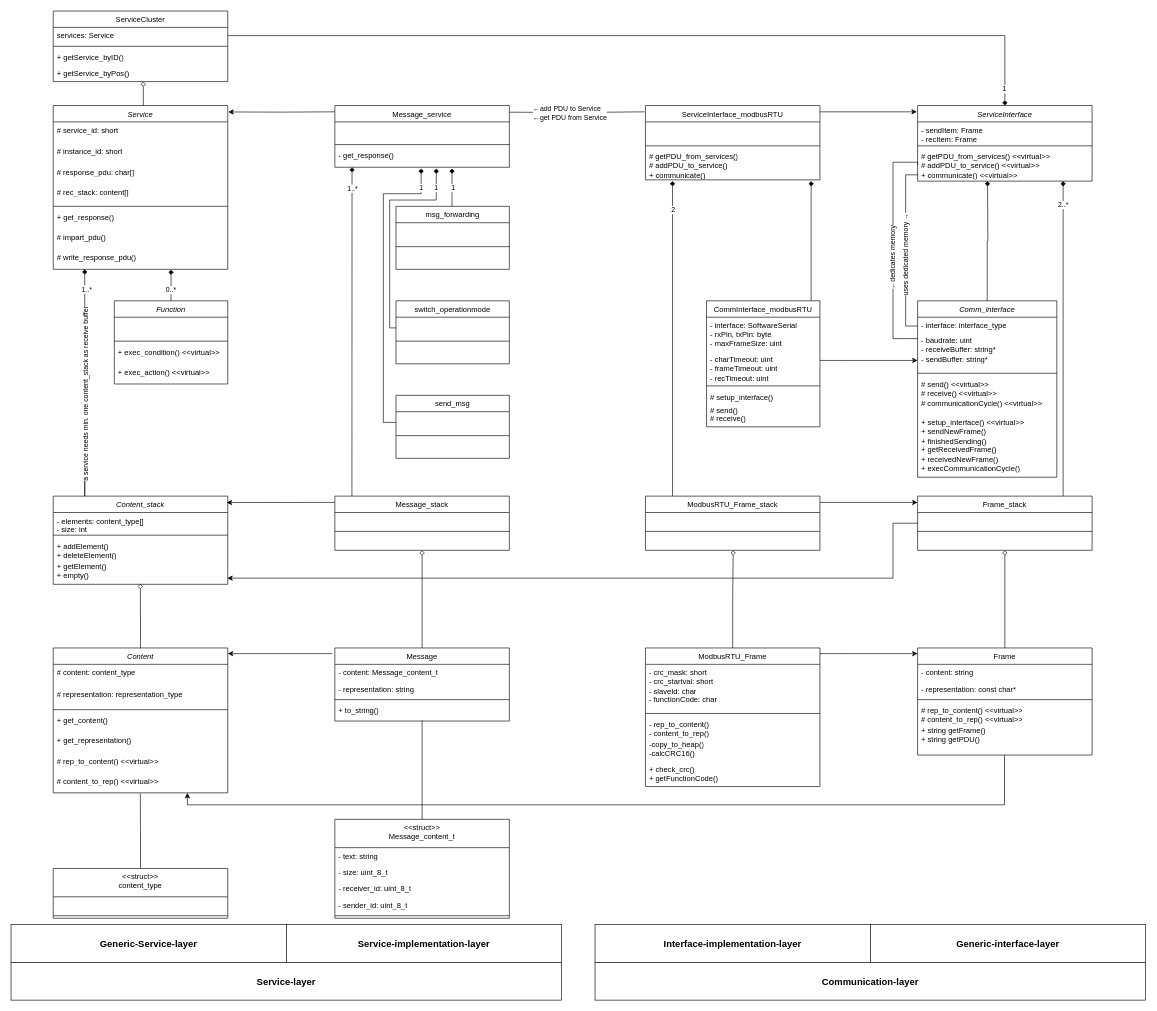
Above: modbus_classdiagram.drawio in F-L-X-S/BusBricks (draw.io), before the change. Source tidied: cells renumbered, new cells numbered last; positions are measured from the earlier drawing's top-left corner, leaving out a move shared by most shapes. Both pictures are drawn from the tidied source at 63%, with x=0, y=0 at pixel (11, 11).
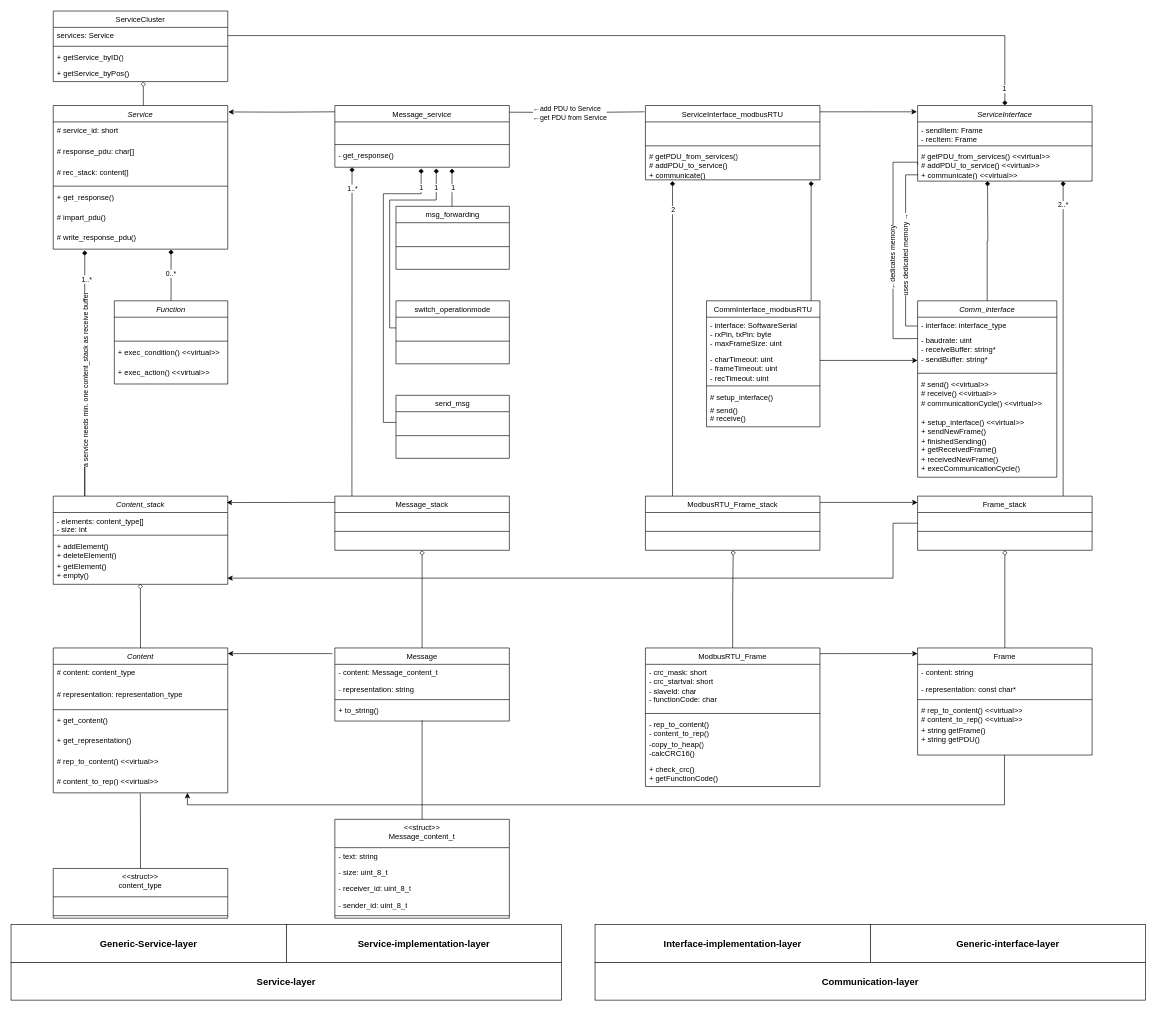
The same page after the edit.

Commit message (it also covers changes not shown here):
remove instance-id attribute from Service (service-id is now instance-specific)

What changed in the source:
```diff
@@
     <mxCell id="12" value="&lt;i style=&quot;font-weight: normal;&quot;&gt;Service&lt;/i&gt;" style="swimlane;fontStyle=1;align=center;verticalAlign=top;horizontal=1;startSize=26;whiteSpace=wrap;html=1;" parent="1" vertex="1">
-      <mxGeometry x="67" y="150" width="277" height="260" as="geometry" />
+      <mxGeometry x="67" y="150" width="277" height="228" as="geometry" />
     </mxCell>
@@
-    <mxCell id="14" value="# instance_id: short&amp;nbsp;" style="text;strokeColor=none;fillColor=none;align=left;verticalAlign=top;spacingLeft=4;spacingRight=4;overflow=hidden;whiteSpace=wrap;html=1;" parent="12" vertex="1">
-      <mxGeometry y="60" width="277" height="32" as="geometry" />
-    </mxCell>
     <mxCell id="15" value="# response_pdu: char[]&amp;nbsp;" style="text;strokeColor=none;fillColor=none;align=left;verticalAlign=top;spacingLeft=4;spacingRight=4;overflow=hidden;whiteSpace=wrap;html=1;" parent="12" vertex="1">
-      <mxGeometry y="92" width="277" height="32" as="geometry" />
+      <mxGeometry y="60" width="277" height="32" as="geometry" />
     </mxCell>
     <mxCell id="16" value="# rec_stack: content[]&amp;nbsp;" style="text;strokeColor=none;fillColor=none;align=left;verticalAlign=top;spacingLeft=4;spacingRight=4;overflow=hidden;whiteSpace=wrap;html=1;" parent="12" vertex="1">
-      <mxGeometry y="124" width="277" height="32" as="geometry" />
+      <mxGeometry y="92" width="277" height="32" as="geometry" />
     </mxCell>
     <mxCell id="17" style="line;strokeWidth=1;fillColor=none;align=left;verticalAlign=middle;spacingTop=-1;spacingLeft=3;spacingRight=3;labelPosition=right;strokeColor=inherit;" parent="12" vertex="1">
-      <mxGeometry y="156" width="277" height="8" as="geometry" />
+      <mxGeometry y="124" width="277" height="8" as="geometry" />
     </mxCell>
     <mxCell id="18" value="+ get_response()&amp;nbsp;" style="text;strokeColor=none;fillColor=none;align=left;verticalAlign=top;spacingLeft=4;spacingRight=4;overflow=hidden;whiteSpace=wrap;html=1;" parent="12" vertex="1">
-      <mxGeometry y="164" width="277" height="32" as="geometry" />
+      <mxGeometry y="132" width="277" height="32" as="geometry" />
     </mxCell>
     <mxCell id="19" value="# impart_pdu()&amp;nbsp;" style="text;strokeColor=none;fillColor=none;align=left;verticalAlign=top;spacingLeft=4;spacingRight=4;overflow=hidden;whiteSpace=wrap;html=1;" parent="12" vertex="1">
-      <mxGeometry y="196" width="277" height="32" as="geometry" />
+      <mxGeometry y="164" width="277" height="32" as="geometry" />
     </mxCell>
     <mxCell id="20" value="# write_response_pdu()&amp;nbsp;" style="text;strokeColor=none;fillColor=none;align=left;verticalAlign=top;spacingLeft=4;spacingRight=4;overflow=hidden;points=[[0,0.5],[1,0.5]];portConstraint=eastwest;whiteSpace=wrap;html=1;" parent="12" vertex="1">
-      <mxGeometry y="228" width="277" height="32" as="geometry" />
+      <mxGeometry y="196" width="277" height="32" as="geometry" />
     </mxCell>
@@
     <mxCell id="64" style="edgeStyle=orthogonalEdgeStyle;rounded=0;orthogonalLoop=1;jettySize=auto;html=1;endArrow=diamond;endFill=1;" parent="1" edge="1">
       <mxGeometry relative="1" as="geometry">
         <mxPoint x="117" y="700" as="sourcePoint" />
-        <mxPoint x="117" y="410" as="targetPoint" />
+        <mxPoint x="117" y="380" as="targetPoint" />
         <Array as="points">
           <mxPoint x="117" y="770" />
           <mxPoint x="117" y="770" />
         </Array>
       </mxGeometry>
     </mxCell>
```
